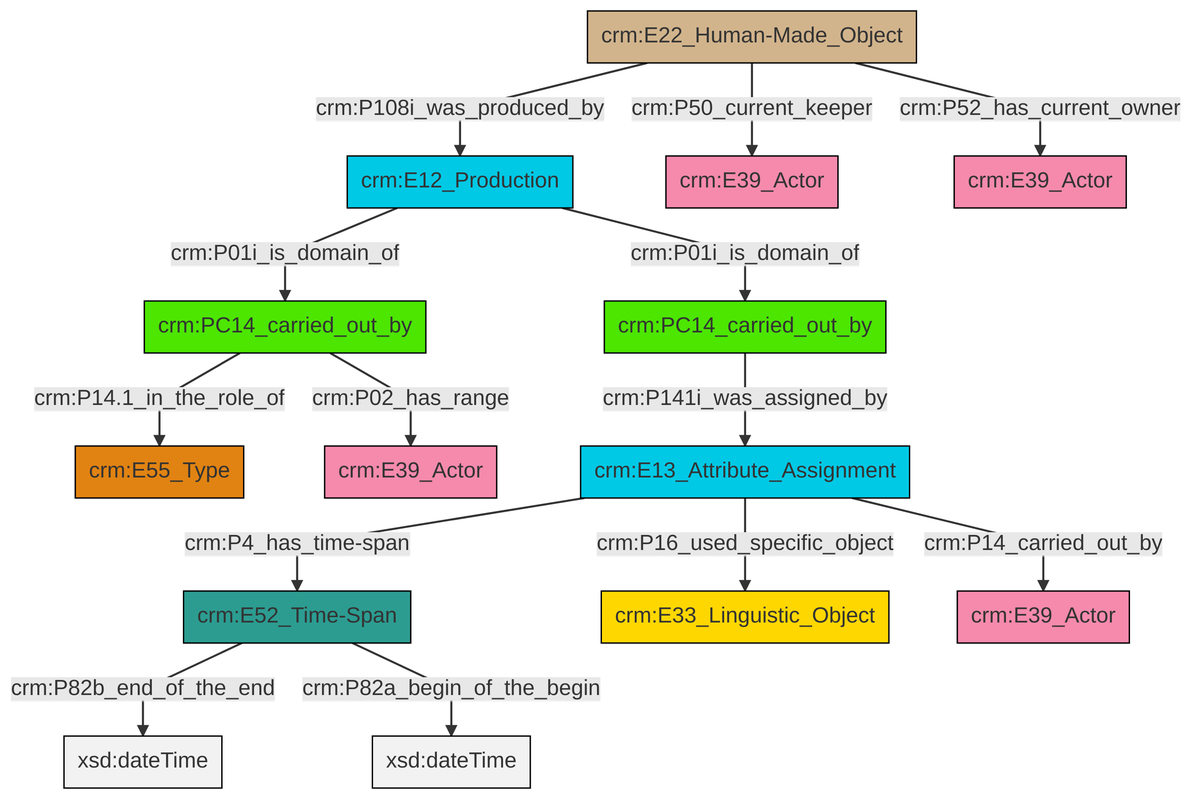
The Mermaid diagram et/carrierCSV/ttl/mmd/png/carrier_relations.png in swiss-art-research-net/docs.swissartresearch, before a commit. Its source is kept beside it as et/carrierCSV/ttl/mmd/carrier_relations.ttl.mmd.
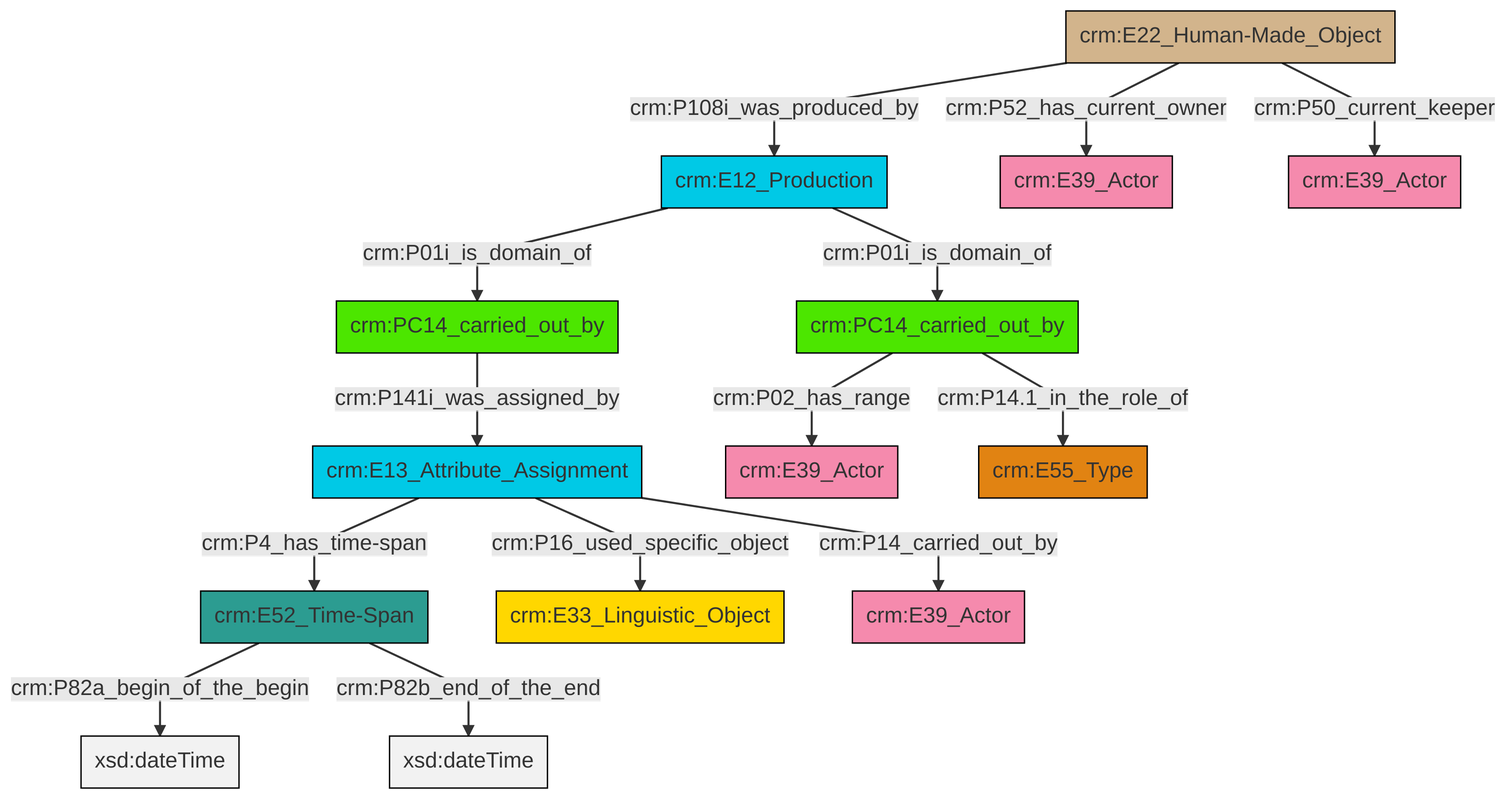
After the change.

Change to the diagram source:
```diff
@@ -13,16 +13,16 @@
 classDef PC_Classes fill:#4ce600, stroke:#000000;
 classDef Multi fill:#cccccc,stroke:#000000;
 
-4["crm:E22_Human-Made_Object"]:::Physical_Thing -->|crm:P108i_was_produced_by| 5["crm:E12_Production"]:::Temporal_Entity
-2["crm:E52_Time-Span"]:::Time-Span -->|crm:P82b_end_of_the_end| 7[xsd:dateTime]:::Literal
-5["crm:E12_Production"]:::Temporal_Entity -->|crm:P01i_is_domain_of| 0["crm:PC14_carried_out_by"]:::PC_Classes
-5["crm:E12_Production"]:::Temporal_Entity -->|crm:P01i_is_domain_of| 8["crm:PC14_carried_out_by"]:::PC_Classes
-8["crm:PC14_carried_out_by"]:::PC_Classes -->|crm:P14.1_in_the_role_of| 9["crm:E55_Type"]:::Type
-2["crm:E52_Time-Span"]:::Time-Span -->|crm:P82a_begin_of_the_begin| 18[xsd:dateTime]:::Literal
-0["crm:PC14_carried_out_by"]:::PC_Classes -->|crm:P141i_was_assigned_by| 19["crm:E13_Attribute_Assignment"]:::Temporal_Entity
-4["crm:E22_Human-Made_Object"]:::Physical_Thing -->|crm:P52_has_current_owner| 15["crm:E39_Actor"]:::Actor
-8["crm:PC14_carried_out_by"]:::PC_Classes -->|crm:P02_has_range| 13["crm:E39_Actor"]:::Actor
-19["crm:E13_Attribute_Assignment"]:::Temporal_Entity -->|crm:P14_carried_out_by| 23["crm:E39_Actor"]:::Actor
-4["crm:E22_Human-Made_Object"]:::Physical_Thing -->|crm:P50_current_keeper| 11["crm:E39_Actor"]:::Actor
-19["crm:E13_Attribute_Assignment"]:::Temporal_Entity -->|crm:P16_used_specific_object| 20["crm:E33_Linguistic_Object"]:::Conceptual_Object
-19["crm:E13_Attribute_Assignment"]:::Temporal_Entity -->|crm:P4_has_time-span| 2["crm:E52_Time-Span"]:::Time-Span
+8["crm:E52_Time-Span"]:::Time-Span -->|crm:P82a_begin_of_the_begin| 9[xsd:dateTime]:::Literal
+10["crm:PC14_carried_out_by"]:::PC_Classes -->|crm:P141i_was_assigned_by| 0["crm:E13_Attribute_Assignment"]:::Temporal_Entity
+6["crm:E22_Human-Made_Object"]:::Physical_Thing -->|crm:P108i_was_produced_by| 2["crm:E12_Production"]:::Temporal_Entity
+0["crm:E13_Attribute_Assignment"]:::Temporal_Entity -->|crm:P16_used_specific_object| 17["crm:E33_Linguistic_Object"]:::Conceptual_Object
+2["crm:E12_Production"]:::Temporal_Entity -->|crm:P01i_is_domain_of| 10["crm:PC14_carried_out_by"]:::PC_Classes
+8["crm:E52_Time-Span"]:::Time-Span -->|crm:P82b_end_of_the_end| 18[xsd:dateTime]:::Literal
+6["crm:E22_Human-Made_Object"]:::Physical_Thing -->|crm:P52_has_current_owner| 4["crm:E39_Actor"]:::Actor
+0["crm:E13_Attribute_Assignment"]:::Temporal_Entity -->|crm:P4_has_time-span| 8["crm:E52_Time-Span"]:::Time-Span
+0["crm:E13_Attribute_Assignment"]:::Temporal_Entity -->|crm:P14_carried_out_by| 19["crm:E39_Actor"]:::Actor
+13["crm:PC14_carried_out_by"]:::PC_Classes -->|crm:P14.1_in_the_role_of| 22["crm:E55_Type"]:::Type
+6["crm:E22_Human-Made_Object"]:::Physical_Thing -->|crm:P50_current_keeper| 11["crm:E39_Actor"]:::Actor
+2["crm:E12_Production"]:::Temporal_Entity -->|crm:P01i_is_domain_of| 13["crm:PC14_carried_out_by"]:::PC_Classes
+13["crm:PC14_carried_out_by"]:::PC_Classes -->|crm:P02_has_range| 15["crm:E39_Actor"]:::Actor
```
